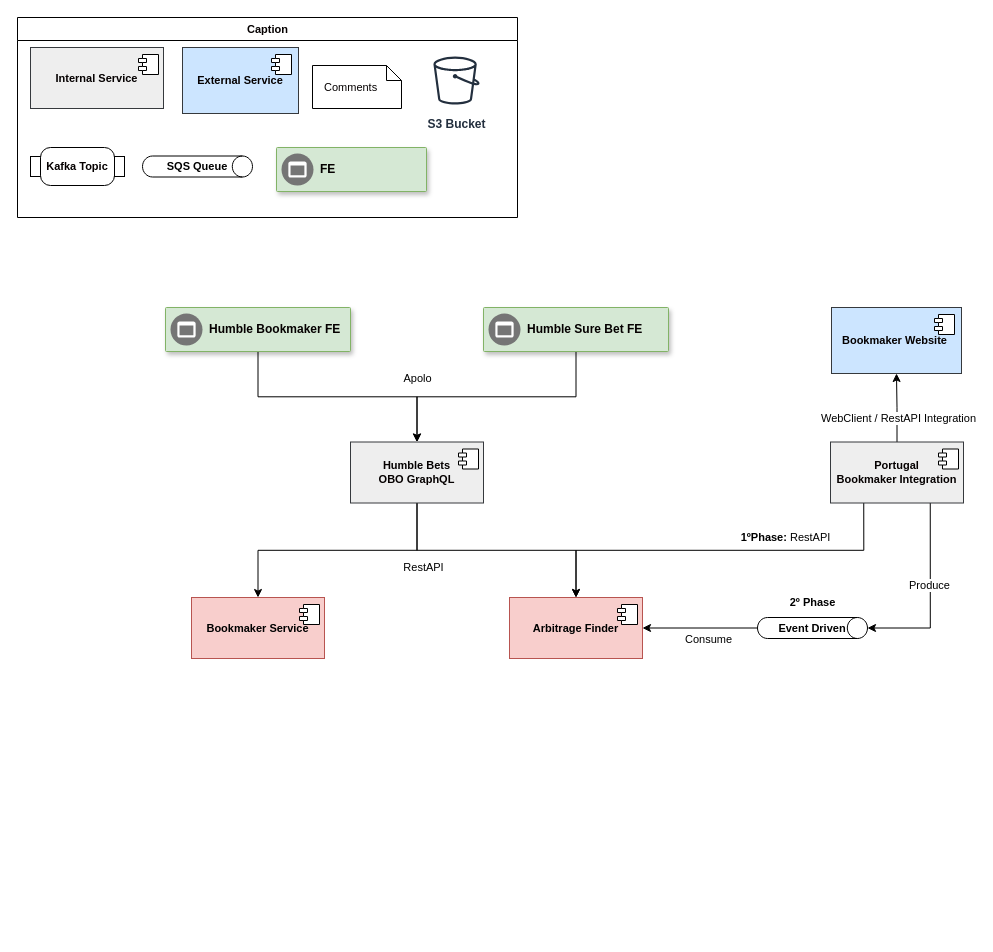
Earlier version of the draw.io diagram page "humble-bet-operational-backoffice" (1 of 3) of diagrams/humble-bets-architecture.drawio (skullizador/arbitrage-finder). Source tidied: cells renumbered, new cells numbered last; positions are measured from the earlier drawing's top-left corner, leaving out a move shared by most shapes. Both pictures are drawn from the tidied source at 100%, with x=0, y=0 at pixel (17, 17).
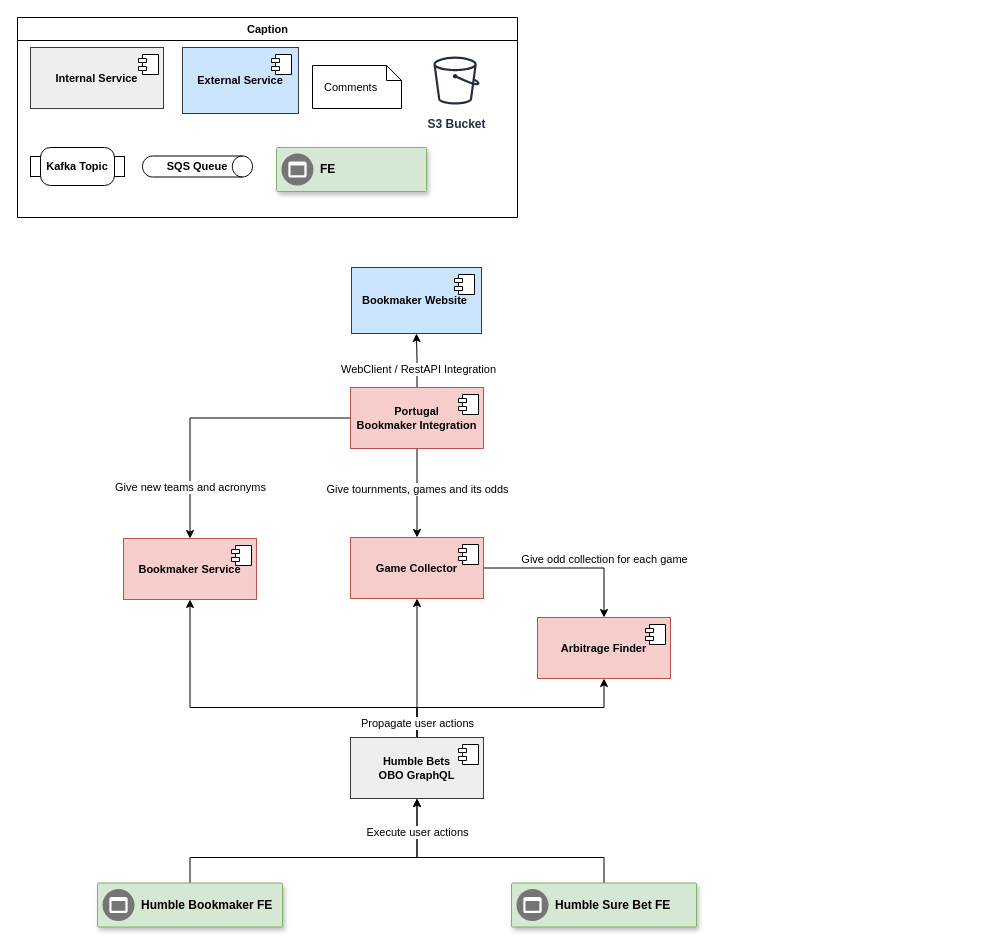
After the change.

Diff of the diagram source:
```diff
@@
-    <mxCell id="13" style="edgeStyle=orthogonalEdgeStyle;rounded=0;jettySize=auto;html=1;exitX=0.5;exitY=1;exitDx=0;exitDy=0;" parent="1" edge="1" source="15" target="27">
-      <mxGeometry relative="1" as="geometry" />
+    <mxCell id="13" style="edgeStyle=orthogonalEdgeStyle;rounded=0;jettySize=auto;html=1;entryX=0.5;entryY=1;entryDx=0;entryDy=0;" parent="1" edge="1" source="15" target="27">
+      <mxGeometry relative="1" as="geometry">
+        <Array as="points">
+          <mxPoint x="586" y="840" />
+          <mxPoint x="400" y="840" />
+        </Array>
+      </mxGeometry>
     </mxCell>
-    <mxCell id="14" value="Apolo" style="edgeLabel;html=1;align=center;verticalAlign=middle;" parent="13" vertex="1">
-      <mxGeometry x="0.27" y="-1" relative="1" as="geometry">
-        <mxPoint x="-46" y="-18" as="offset" />
-      </mxGeometry>
-    </mxCell>
     <mxCell id="15" style="strokeColor=#82b366;shadow=1;strokeWidth=1;rounded=1;absoluteArcSize=1;arcSize=2;html=1;fontStyle=1;labelBorderColor=default;labelBackgroundColor=none;fontSize=12;fillColor=#d5e8d4;" parent="1" vertex="1">
-      <mxGeometry x="466" y="290" width="185" height="44" as="geometry" />
+      <mxGeometry x="494" y="865.5" width="185" height="44" as="geometry" />
     </mxCell>
@@
     <mxCell id="17" value="Bookmaker Service" style="html=1;rounded=0;shadow=0;glass=0;labelBackgroundColor=none;labelBorderColor=none;sketch=0;fontFamily=Helvetica;strokeColor=#b85450;fontStyle=1;fillColor=#f8cecc;whiteSpace=wrap;fontSize=11;" parent="1" vertex="1">
-      <mxGeometry x="174" y="580" width="133" height="61" as="geometry" />
+      <mxGeometry x="106" y="521" width="133" height="61" as="geometry" />
     </mxCell>
@@
-    <mxCell id="19" style="edgeStyle=orthogonalEdgeStyle;rounded=0;jettySize=auto;html=1;exitX=0.5;exitY=1;exitDx=0;exitDy=0;" parent="1" edge="1" source="20" target="27">
-      <mxGeometry relative="1" as="geometry" />
+    <mxCell id="19" style="edgeStyle=orthogonalEdgeStyle;rounded=0;jettySize=auto;html=1;entryX=0.5;entryY=1;entryDx=0;entryDy=0;" parent="1" edge="1" source="20" target="27">
+      <mxGeometry relative="1" as="geometry">
+        <Array as="points">
+          <mxPoint x="172" y="840" />
+          <mxPoint x="400" y="840" />
+        </Array>
+      </mxGeometry>
     </mxCell>
+    <mxCell id="43" value="Execute user actions" style="edgeLabel;html=1;align=center;verticalAlign=middle;" parent="19" vertex="1">
+      <mxGeometry x="0.71" y="-1" relative="1" as="geometry">
+        <mxPoint x="-1" y="-12" as="offset" />
+      </mxGeometry>
+    </mxCell>
     <mxCell id="20" style="strokeColor=#82b366;shadow=1;strokeWidth=1;rounded=1;absoluteArcSize=1;arcSize=2;html=1;fontStyle=1;labelBorderColor=default;labelBackgroundColor=none;fontSize=12;fillColor=#d5e8d4;" parent="1" vertex="1">
-      <mxGeometry x="148" y="290" width="185" height="44" as="geometry" />
+      <mxGeometry x="80" y="865.5" width="185" height="44" as="geometry" />
     </mxCell>
@@
     <mxCell id="22" value="Bookmaker Website&amp;nbsp;" style="html=1;labelBackgroundColor=none;labelBorderColor=none;fontStyle=1;whiteSpace=wrap;rounded=0;shadow=0;glass=0;sketch=0;fontFamily=Helvetica;fillColor=#cce5ff;strokeColor=#36393d;fontSize=11;fontColor=#050000;" parent="1" vertex="1">
-      <mxGeometry x="814" y="290" width="130" height="66" as="geometry" />
+      <mxGeometry x="334" y="250" width="130" height="66" as="geometry" />
     </mxCell>
@@
+    <mxCell id="44" style="edgeStyle=orthogonalEdgeStyle;rounded=0;jettySize=auto;html=1;entryX=0.5;entryY=1;entryDx=0;entryDy=0;" parent="1" edge="1" source="27" target="52">
+      <mxGeometry relative="1" as="geometry" />
+    </mxCell>
+    <mxCell id="26" style="edgeStyle=orthogonalEdgeStyle;rounded=0;jettySize=auto;html=1;entryX=0.5;entryY=1;entryDx=0;entryDy=0;" parent="1" edge="1" source="27" target="29">
+      <mxGeometry relative="1" as="geometry">
+        <Array as="points">
+          <mxPoint x="400" y="690" />
+          <mxPoint x="586" y="690" />
+        </Array>
+      </mxGeometry>
+    </mxCell>
-    <mxCell id="24" style="edgeStyle=orthogonalEdgeStyle;rounded=0;jettySize=auto;html=1;exitX=0.5;exitY=1;exitDx=0;exitDy=0;" parent="1" edge="1" source="27" target="17">
-      <mxGeometry relative="1" as="geometry" />
+    <mxCell id="24" style="edgeStyle=orthogonalEdgeStyle;rounded=0;jettySize=auto;html=1;entryX=0.5;entryY=1;entryDx=0;entryDy=0;" parent="1" edge="1" source="27" target="17">
+      <mxGeometry relative="1" as="geometry">
+        <Array as="points">
+          <mxPoint x="400" y="690" />
+          <mxPoint x="172" y="690" />
+        </Array>
+      </mxGeometry>
     </mxCell>
-    <mxCell id="25" value="RestAPI" style="edgeLabel;html=1;align=center;verticalAlign=middle;" parent="24" vertex="1">
-      <mxGeometry x="-0.54" relative="1" as="geometry">
-        <mxPoint x="17" y="17" as="offset" />
-      </mxGeometry>
-    </mxCell>
-    <mxCell id="26" style="edgeStyle=orthogonalEdgeStyle;rounded=0;jettySize=auto;html=1;entryX=0.5;entryY=0;entryDx=0;entryDy=0;exitX=0.5;exitY=1;exitDx=0;exitDy=0;" parent="1" edge="1" source="27" target="29">
-      <mxGeometry relative="1" as="geometry" />
-    </mxCell>
+    <mxCell id="45" value="Propagate user actions" style="edgeLabel;html=1;align=center;verticalAlign=middle;" parent="24" vertex="1">
+      <mxGeometry x="-0.72" y="1" relative="1" as="geometry">
+        <mxPoint x="21" y="14" as="offset" />
+      </mxGeometry>
+    </mxCell>
     <mxCell id="27" value="Humble Bets &lt;br&gt;OBO GraphQL" style="html=1;rounded=0;shadow=0;glass=0;labelBackgroundColor=none;labelBorderColor=none;sketch=0;fontFamily=Helvetica;strokeColor=#36393d;fontStyle=1;fillColor=#eeeeee;whiteSpace=wrap;fontSize=11;fontColor=#050000;" parent="1" vertex="1">
-      <mxGeometry x="333" y="424.5" width="133" height="61" as="geometry" />
+      <mxGeometry x="333" y="720" width="133" height="61" as="geometry" />
     </mxCell>
@@
     <mxCell id="29" value="Arbitrage Finder" style="html=1;rounded=0;shadow=0;glass=0;labelBackgroundColor=none;labelBorderColor=none;sketch=0;fontFamily=Helvetica;strokeColor=#b85450;fontStyle=1;fillColor=#f8cecc;whiteSpace=wrap;fontSize=11;" parent="1" vertex="1">
-      <mxGeometry x="492" y="580" width="133" height="61" as="geometry" />
+      <mxGeometry x="520" y="600" width="133" height="61" as="geometry" />
     </mxCell>
@@
-    <mxCell id="33" style="edgeStyle=orthogonalEdgeStyle;rounded=0;jettySize=auto;html=1;exitX=0.25;exitY=1;exitDx=0;exitDy=0;" parent="1" edge="1" source="37" target="29">
-      <mxGeometry relative="1" as="geometry" />
-    </mxCell>
-    <mxCell id="34" value="&lt;b&gt;1ºPhase:&lt;/b&gt; RestAPI" style="edgeLabel;html=1;align=center;verticalAlign=middle;" parent="33" vertex="1">
-      <mxGeometry x="0.28" y="1" relative="1" as="geometry">
-        <mxPoint x="119" y="-14" as="offset" />
-      </mxGeometry>
-    </mxCell>
-    <mxCell id="35" style="edgeStyle=orthogonalEdgeStyle;rounded=0;jettySize=auto;html=1;entryX=1;entryY=0.5;entryDx=0;entryDy=0;entryPerimeter=0;exitX=0.75;exitY=1;exitDx=0;exitDy=0;" parent="1" edge="1" source="37" target="41">
-      <mxGeometry relative="1" as="geometry" />
-    </mxCell>
-    <mxCell id="36" value="Produce" style="edgeLabel;html=1;align=center;verticalAlign=middle;" parent="35" vertex="1">
-      <mxGeometry x="0.02" relative="1" as="geometry">
-        <mxPoint x="-1" y="-14" as="offset" />
-      </mxGeometry>
-    </mxCell>
+    <mxCell id="46" style="edgeStyle=orthogonalEdgeStyle;rounded=0;jettySize=auto;html=1;" parent="1" edge="1" source="37" target="52">
+      <mxGeometry relative="1" as="geometry" />
+    </mxCell>
+    <mxCell id="47" value="Give tournments, games and its odds" style="edgeLabel;html=1;align=center;verticalAlign=middle;" parent="46" vertex="1">
+      <mxGeometry x="0.23" y="1" relative="1" as="geometry">
+        <mxPoint x="-1" y="-15" as="offset" />
+      </mxGeometry>
+    </mxCell>
+    <mxCell id="48" style="edgeStyle=orthogonalEdgeStyle;rounded=0;jettySize=auto;html=1;" parent="1" edge="1" source="37" target="17">
+      <mxGeometry relative="1" as="geometry" />
+    </mxCell>
+    <mxCell id="49" value="Give new teams and acronyms" style="edgeLabel;html=1;align=center;verticalAlign=middle;" parent="48" vertex="1">
+      <mxGeometry x="0.45" y="1" relative="1" as="geometry">
+        <mxPoint x="-1" y="25" as="offset" />
+      </mxGeometry>
+    </mxCell>
-    <mxCell id="37" value="Portugal &lt;br&gt;Bookmaker Integration" style="html=1;rounded=0;shadow=0;glass=0;labelBackgroundColor=none;labelBorderColor=none;sketch=0;fontFamily=Helvetica;strokeColor=#36393d;fontStyle=1;fillColor=#eeeeee;whiteSpace=wrap;fontSize=11;fontColor=#050000;" parent="1" vertex="1">
-      <mxGeometry x="813" y="424.5" width="133" height="61" as="geometry" />
+    <mxCell id="37" value="Portugal &lt;br&gt;Bookmaker Integration" style="html=1;rounded=0;shadow=0;glass=0;labelBackgroundColor=none;labelBorderColor=none;sketch=0;fontFamily=Helvetica;strokeColor=#b85450;fontStyle=1;fillColor=#f8cecc;whiteSpace=wrap;fontSize=11;" parent="1" vertex="1">
+      <mxGeometry x="333" y="370" width="133" height="61" as="geometry" />
     </mxCell>
@@
-    <mxCell id="39" style="edgeStyle=orthogonalEdgeStyle;rounded=0;jettySize=auto;html=1;" parent="1" edge="1" source="41" target="29">
-      <mxGeometry relative="1" as="geometry" />
-    </mxCell>
-    <mxCell id="40" value="Consume" style="edgeLabel;html=1;align=center;verticalAlign=middle;" parent="39" vertex="1">
-      <mxGeometry x="-0.23" relative="1" as="geometry">
-        <mxPoint x="-6" y="11" as="offset" />
-      </mxGeometry>
-    </mxCell>
-    <mxCell id="41" value="Event Driven" style="strokeWidth=1;html=1;shape=mxgraph.flowchart.direct_data;whiteSpace=wrap;rounded=0;shadow=0;glass=0;labelBackgroundColor=none;labelBorderColor=none;sketch=0;fontFamily=Helvetica;fontColor=default;gradientColor=none;fontStyle=1;fontSize=11;" parent="1" vertex="1">
-      <mxGeometry x="740" y="600" width="110" height="21" as="geometry" />
-    </mxCell>
-    <mxCell id="42" value="&lt;b style=&quot;font-size: 11px;&quot;&gt;2º Phase&lt;/b&gt;" style="text;html=1;align=center;verticalAlign=middle;strokeColor=none;fillColor=none;fontSize=11;" parent="1" vertex="1">
-      <mxGeometry x="760" y="570" width="70" height="30" as="geometry" />
-    </mxCell>
+    <mxCell id="50" style="edgeStyle=orthogonalEdgeStyle;rounded=0;jettySize=auto;html=1;entryX=0.5;entryY=0;entryDx=0;entryDy=0;" parent="1" edge="1" source="52" target="29">
+      <mxGeometry relative="1" as="geometry" />
+    </mxCell>
+    <mxCell id="51" value="Give odd collection for each game" style="edgeLabel;html=1;align=center;verticalAlign=middle;" parent="50" vertex="1">
+      <mxGeometry x="0.63" y="1" relative="1" as="geometry">
+        <mxPoint x="-1" y="-28" as="offset" />
+      </mxGeometry>
+    </mxCell>
+    <mxCell id="52" value="Game Collector" style="html=1;rounded=0;shadow=0;glass=0;labelBackgroundColor=none;labelBorderColor=none;sketch=0;fontFamily=Helvetica;strokeColor=#b85450;fontStyle=1;fillColor=#f8cecc;whiteSpace=wrap;fontSize=11;" parent="1" vertex="1">
+      <mxGeometry x="333" y="520" width="133" height="61" as="geometry" />
+    </mxCell>
+    <mxCell id="53" style="shape=module;jettyWidth=8;jettyHeight=4;rounded=0;shadow=0;glass=0;labelBackgroundColor=none;labelBorderColor=none;sketch=0;fontFamily=Helvetica;fontColor=default;strokeColor=default;gradientColor=none;html=1;fontSize=11;" parent="52" vertex="1">
+      <mxGeometry x="1" width="20" height="20" relative="1" as="geometry">
+        <mxPoint x="-25" y="7" as="offset" />
+      </mxGeometry>
+    </mxCell>
```
